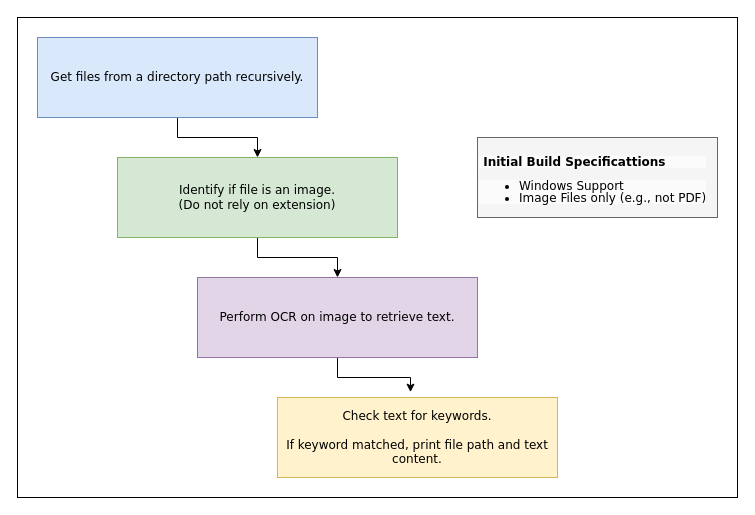
jcole-sec/CSC-842 keeps this draw.io diagram as Module 01 - Image Content Analyzer/mod1.drawio. Above is the earlier version. Source tidied: cells renumbered, new cells numbered last; positions are measured from the earlier drawing's top-left corner, leaving out a move shared by most shapes. Both pictures are drawn from the tidied source at 100%, with x=0, y=0 at pixel (17, 17).
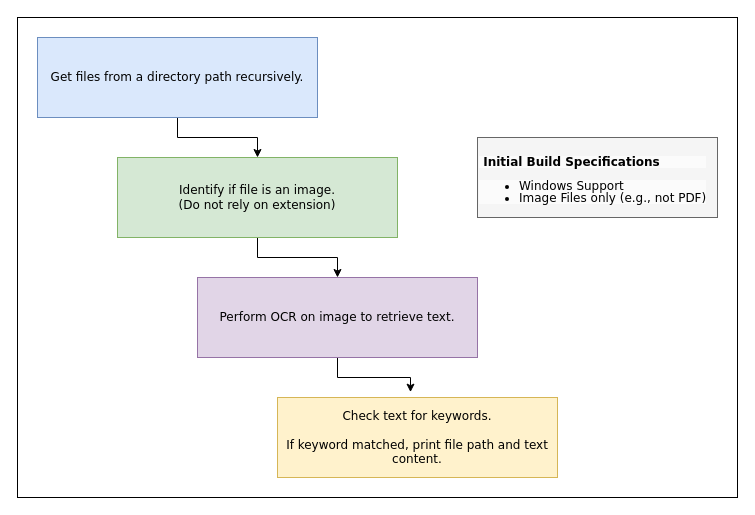
The same diagram, later.

The edit, as a diff of the source:
```diff
@@
 <mxGraphModel>
   <root>
     <mxCell id="0" />
     <mxCell id="1" parent="0" />
     <mxCell id="2" style="rounded=0;whiteSpace=wrap;html=1;" parent="1" vertex="1">
       <mxGeometry width="720" height="480" as="geometry" />
     </mxCell>
     <mxCell id="3" style="edgeStyle=orthogonalEdgeStyle;rounded=0;jettySize=auto;html=1;fontFamily=Verdana;" parent="1" edge="1" source="4" target="6">
       <mxGeometry relative="1" as="geometry" />
     </mxCell>
     <mxCell id="4" value="Get files from a directory path recursively." style="rounded=0;whiteSpace=wrap;html=1;fillColor=#dae8fc;strokeColor=#6c8ebf;fontFamily=Verdana;" parent="1" vertex="1">
       <mxGeometry x="20" y="20" width="280" height="80" as="geometry" />
     </mxCell>
     <mxCell id="5" style="edgeStyle=orthogonalEdgeStyle;rounded=0;jettySize=auto;html=1;fontFamily=Verdana;" parent="1" edge="1" source="6" target="8">
       <mxGeometry relative="1" as="geometry" />
     </mxCell>
     <mxCell id="6" value="Identify if file is an image.&lt;br&gt;(Do not rely on extension)" style="rounded=0;whiteSpace=wrap;html=1;fillColor=#d5e8d4;strokeColor=#82b366;fontFamily=Verdana;" parent="1" vertex="1">
       <mxGeometry x="100" y="140" width="280" height="80" as="geometry" />
     </mxCell>
     <mxCell id="7" style="edgeStyle=orthogonalEdgeStyle;rounded=0;jettySize=auto;html=1;exitX=0.5;exitY=1;exitDx=0;exitDy=0;entryX=0.475;entryY=-0.067;entryDx=0;entryDy=0;entryPerimeter=0;fontFamily=Verdana;" parent="1" edge="1" source="8" target="9">
       <mxGeometry relative="1" as="geometry" />
     </mxCell>
     <mxCell id="8" value="Perform OCR on image to retrieve text." style="rounded=0;whiteSpace=wrap;html=1;fillColor=#e1d5e7;strokeColor=#9673a6;fontFamily=Verdana;" parent="1" vertex="1">
       <mxGeometry x="180" y="260" width="280" height="80" as="geometry" />
     </mxCell>
     <mxCell id="9" value="Check text for keywords.&lt;br&gt;&lt;br&gt;If keyword matched, print file path and text content." style="rounded=0;whiteSpace=wrap;html=1;fillColor=#fff2cc;strokeColor=#d6b656;fontFamily=Verdana;" parent="1" vertex="1">
       <mxGeometry x="260" y="380" width="280" height="80" as="geometry" />
     </mxCell>
-    <mxCell id="10" value="&lt;p style=&quot;border-color: var(--border-color); color: rgb(0, 0, 0); font-size: 12px; font-style: normal; font-variant-ligatures: normal; font-variant-caps: normal; letter-spacing: normal; orphans: 2; text-align: left; text-indent: 0px; text-transform: none; widows: 2; word-spacing: 0px; -webkit-text-stroke-width: 0px; background-color: rgb(251, 251, 251); text-decoration-thickness: initial; text-decoration-style: initial; text-decoration-color: initial; line-height: 12px;&quot;&gt;&lt;b&gt;&amp;nbsp;Initial Build Specificattions&lt;/b&gt;&lt;/p&gt;&lt;ul style=&quot;border-color: var(--border-color); color: rgb(0, 0, 0); font-size: 12px; font-style: normal; font-variant-ligatures: normal; font-variant-caps: normal; letter-spacing: normal; orphans: 2; text-align: left; text-indent: 0px; text-transform: none; widows: 2; word-spacing: 0px; -webkit-text-stroke-width: 0px; background-color: rgb(251, 251, 251); text-decoration-thickness: initial; text-decoration-style: initial; text-decoration-color: initial; line-height: 12px;&quot;&gt;&lt;li style=&quot;border-color: var(--border-color);&quot;&gt;Windows Support&lt;/li&gt;&lt;li style=&quot;font-weight: 400; border-color: var(--border-color);&quot;&gt;Image Files only (e.g., not PDF)&lt;/li&gt;&lt;/ul&gt;" style="text;whiteSpace=wrap;html=1;strokeColor=#666666;fillColor=#f5f5f5;fontColor=#333333;fontFamily=Verdana;" parent="1" vertex="1">
+    <mxCell id="10" value="&lt;p style=&quot;border-color: var(--border-color); color: rgb(0, 0, 0); font-size: 12px; font-style: normal; font-variant-ligatures: normal; font-variant-caps: normal; letter-spacing: normal; orphans: 2; text-align: left; text-indent: 0px; text-transform: none; widows: 2; word-spacing: 0px; -webkit-text-stroke-width: 0px; background-color: rgb(251, 251, 251); text-decoration-thickness: initial; text-decoration-style: initial; text-decoration-color: initial; line-height: 12px;&quot;&gt;&lt;b&gt;&amp;nbsp;Initial Build Specifications&lt;/b&gt;&lt;/p&gt;&lt;ul style=&quot;border-color: var(--border-color); color: rgb(0, 0, 0); font-size: 12px; font-style: normal; font-variant-ligatures: normal; font-variant-caps: normal; letter-spacing: normal; orphans: 2; text-align: left; text-indent: 0px; text-transform: none; widows: 2; word-spacing: 0px; -webkit-text-stroke-width: 0px; background-color: rgb(251, 251, 251); text-decoration-thickness: initial; text-decoration-style: initial; text-decoration-color: initial; line-height: 12px;&quot;&gt;&lt;li style=&quot;border-color: var(--border-color);&quot;&gt;Windows Support&lt;/li&gt;&lt;li style=&quot;font-weight: 400; border-color: var(--border-color);&quot;&gt;Image Files only (e.g., not PDF)&lt;/li&gt;&lt;/ul&gt;" style="text;whiteSpace=wrap;html=1;strokeColor=#666666;fillColor=#f5f5f5;fontColor=#333333;fontFamily=Verdana;" parent="1" vertex="1">
       <mxGeometry x="460" y="120" width="240" height="80" as="geometry" />
     </mxCell>
   </root>
 </mxGraphModel>
```
